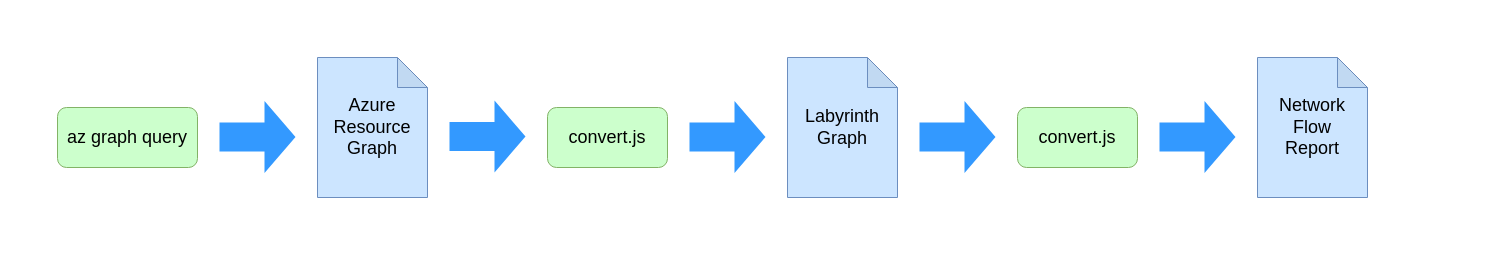
Earlier version of the draw.io diagram page "workflow" (6 of 6) of documentation/src/00.demo.drawio (MikeHopcroft/labyrinth). Source tidied: cells renumbered, new cells numbered last; positions are measured from the earlier drawing's top-left corner, leaving out a move shared by most shapes. Both pictures are drawn from the tidied source at 100%, with x=0, y=0 at pixel (17, 17).
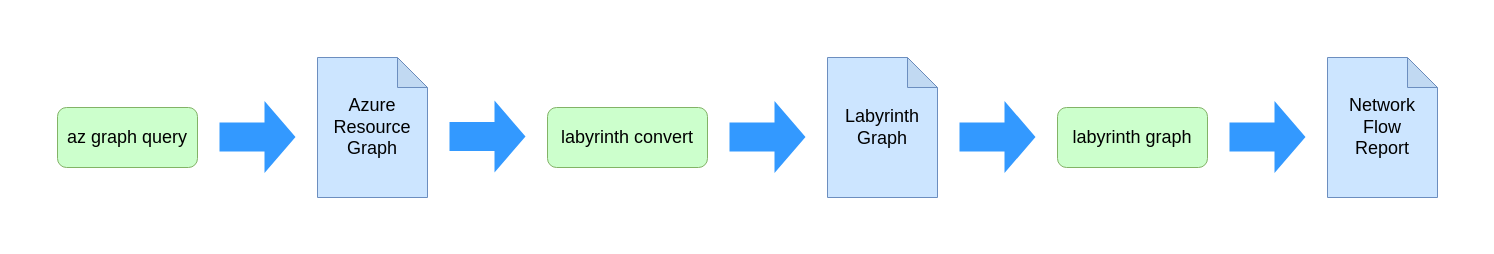
Above is the later version.

What changed in the source:
```diff
@@
 <mxGraphModel>
   <root>
     <mxCell id="0" />
     <mxCell id="1" parent="0" />
     <mxCell id="2" style="rounded=0;whiteSpace=wrap;html=1;shadow=0;strokeWidth=1;fontSize=18;fontColor=#FF0000;align=left;fillColor=#FFFFFF;strokeColor=none;" parent="1" vertex="1">
-      <mxGeometry width="1390" height="220" as="geometry" />
+      <mxGeometry width="1460" height="220" as="geometry" />
     </mxCell>
-    <mxCell id="3" value="convert.js" style="rounded=1;whiteSpace=wrap;html=1;fontSize=18;strokeColor=#82b366;fillColor=#CCFFCC;" parent="1" vertex="1">
-      <mxGeometry x="1000" y="90" width="120" height="60" as="geometry" />
+    <mxCell id="3" value="labyrinth graph" style="rounded=1;whiteSpace=wrap;html=1;fontSize=18;strokeColor=#82b366;fillColor=#CCFFCC;" parent="1" vertex="1">
+      <mxGeometry x="1040" y="90" width="150" height="60" as="geometry" />
     </mxCell>
-    <mxCell id="4" value="convert.js" style="rounded=1;whiteSpace=wrap;html=1;fontSize=18;strokeColor=#82b366;fillColor=#CCFFCC;" parent="1" vertex="1">
-      <mxGeometry x="530" y="90" width="120" height="60" as="geometry" />
+    <mxCell id="4" value="labyrinth convert" style="rounded=1;whiteSpace=wrap;html=1;fontSize=18;strokeColor=#82b366;fillColor=#CCFFCC;" parent="1" vertex="1">
+      <mxGeometry x="530" y="90" width="160" height="60" as="geometry" />
     </mxCell>
     <mxCell id="5" value="Azure&lt;br&gt;Resource&lt;br&gt;Graph" style="shape=note;whiteSpace=wrap;html=1;backgroundOutline=1;darkOpacity=0.05;fontSize=18;strokeColor=#6c8ebf;fillColor=#cce5ff;" parent="1" vertex="1">
       <mxGeometry x="300" y="40" width="110" height="140" as="geometry" />
     </mxCell>
     <mxCell id="6" value="Labyrinth&lt;br&gt;Graph" style="shape=note;whiteSpace=wrap;html=1;backgroundOutline=1;darkOpacity=0.05;fontSize=18;strokeColor=#6c8ebf;fillColor=#cce5ff;" parent="1" vertex="1">
-      <mxGeometry x="770" y="40" width="110" height="140" as="geometry" />
+      <mxGeometry x="810" y="40" width="110" height="140" as="geometry" />
     </mxCell>
     <mxCell id="7" value="Network Flow&lt;br&gt;Report" style="shape=note;whiteSpace=wrap;html=1;backgroundOutline=1;darkOpacity=0.05;fontSize=18;strokeColor=#6c8ebf;fillColor=#cce5ff;" parent="1" vertex="1">
-      <mxGeometry x="1240" y="40" width="110" height="140" as="geometry" />
+      <mxGeometry x="1310" y="40" width="110" height="140" as="geometry" />
     </mxCell>
     <mxCell id="8" style="shape=flexArrow;endArrow=classic;html=1;strokeWidth=4;fontSize=18;endWidth=39;endSize=9;width=26;strokeColor=none;fillColor=#3399FF;" parent="1" edge="1">
       <mxGeometry relative="1" as="geometry">
         <mxPoint x="200" y="119.5" as="sourcePoint" />
         <mxPoint x="280" y="119.5" as="targetPoint" />
       </mxGeometry>
     </mxCell>
     <mxCell id="9" value="az graph query" style="rounded=1;whiteSpace=wrap;html=1;fontSize=18;strokeColor=#82b366;fillColor=#CCFFCC;" parent="1" vertex="1">
       <mxGeometry x="40" y="90" width="140" height="60" as="geometry" />
     </mxCell>
     <mxCell id="10" style="shape=flexArrow;endArrow=classic;html=1;strokeWidth=4;fontSize=18;endWidth=39;endSize=9;width=26;strokeColor=none;fillColor=#3399FF;" parent="1" edge="1">
       <mxGeometry relative="1" as="geometry">
         <mxPoint x="430" y="119" as="sourcePoint" />
         <mxPoint x="510" y="119" as="targetPoint" />
       </mxGeometry>
     </mxCell>
     <mxCell id="11" style="shape=flexArrow;endArrow=classic;html=1;strokeWidth=4;fontSize=18;endWidth=39;endSize=9;width=26;strokeColor=none;fillColor=#3399FF;" parent="1" edge="1">
       <mxGeometry relative="1" as="geometry">
-        <mxPoint x="670" y="119.5" as="sourcePoint" />
-        <mxPoint x="750" y="119.5" as="targetPoint" />
+        <mxPoint x="710" y="119.5" as="sourcePoint" />
+        <mxPoint x="790" y="119.5" as="targetPoint" />
       </mxGeometry>
     </mxCell>
     <mxCell id="12" style="shape=flexArrow;endArrow=classic;html=1;strokeWidth=4;fontSize=18;endWidth=39;endSize=9;width=26;strokeColor=none;fillColor=#3399FF;" parent="1" edge="1">
       <mxGeometry relative="1" as="geometry">
-        <mxPoint x="900" y="119.5" as="sourcePoint" />
-        <mxPoint x="980" y="119.5" as="targetPoint" />
+        <mxPoint x="940" y="119.5" as="sourcePoint" />
+        <mxPoint x="1020" y="119.5" as="targetPoint" />
       </mxGeometry>
     </mxCell>
     <mxCell id="13" style="shape=flexArrow;endArrow=classic;html=1;strokeWidth=4;fontSize=18;endWidth=39;endSize=9;width=26;strokeColor=none;fillColor=#3399FF;" parent="1" edge="1">
       <mxGeometry relative="1" as="geometry">
-        <mxPoint x="1140" y="119.5" as="sourcePoint" />
-        <mxPoint x="1220" y="119.5" as="targetPoint" />
+        <mxPoint x="1210" y="119.5" as="sourcePoint" />
+        <mxPoint x="1290" y="119.5" as="targetPoint" />
       </mxGeometry>
     </mxCell>
   </root>
 </mxGraphModel>
```
